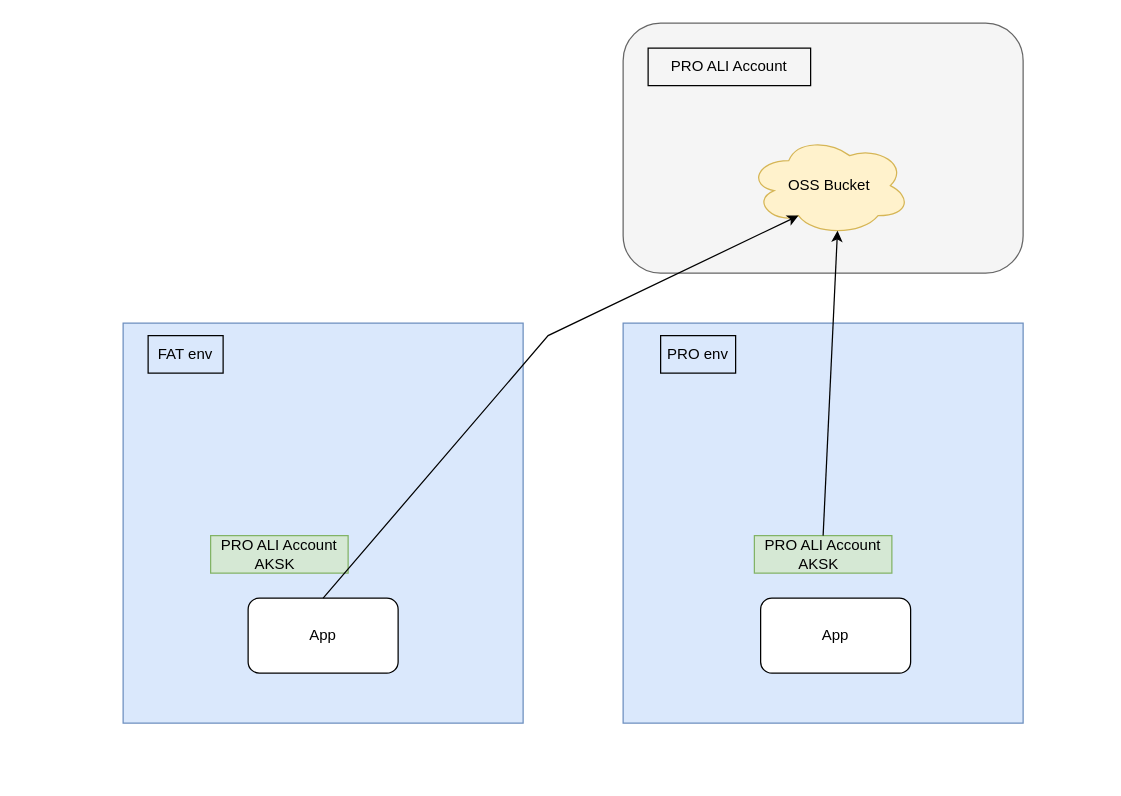
Above: oss-aksk.drawio in YanshanSong/draw.io (draw.io), before the change. Source tidied: cells renumbered, new cells numbered last; positions are measured from the earlier drawing's top-left corner, leaving out a move shared by most shapes. Both pictures are drawn from the tidied source at 125%, with x=0, y=0 at pixel (122, 22).
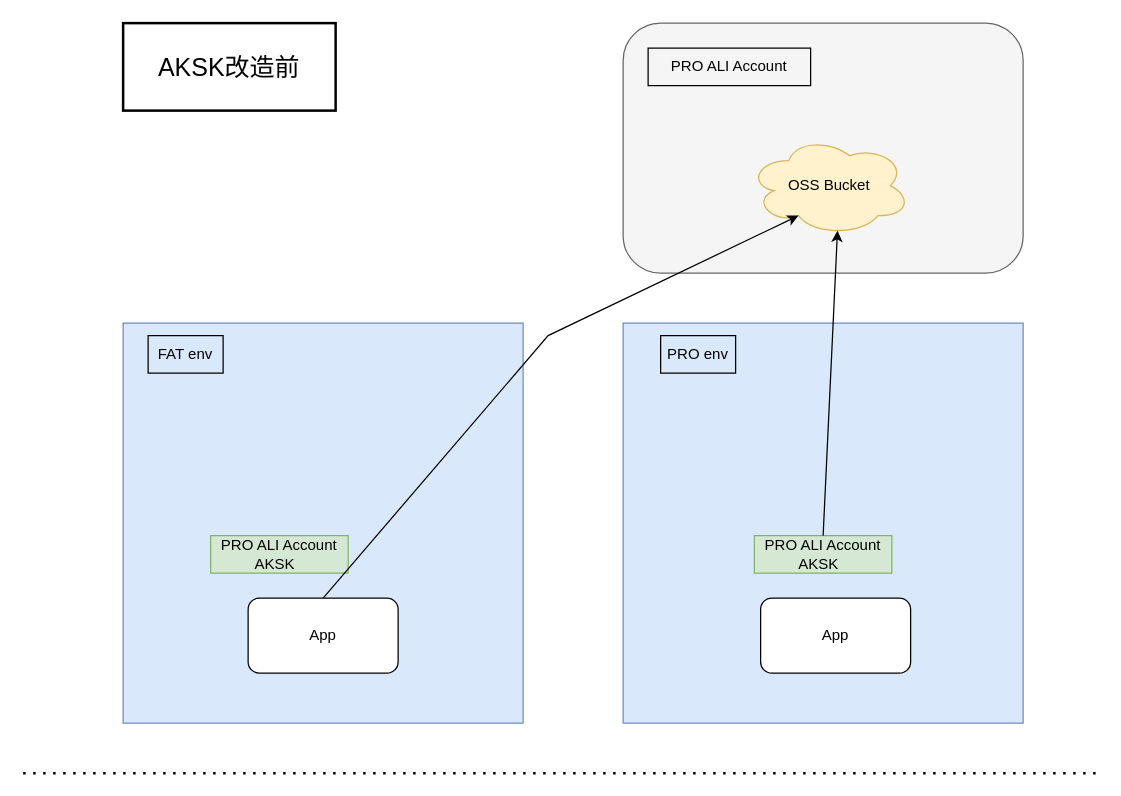
The same page after the edit.

Change to the diagram source:
```diff
@@
 <mxGraphModel>
   <root>
     <mxCell id="0" />
     <mxCell id="1" parent="0" />
     <mxCell id="2" style="rounded=0;whiteSpace=wrap;html=1;fillColor=#dae8fc;strokeColor=#6c8ebf;" parent="1" vertex="1">
       <mxGeometry y="240" width="320" height="320" as="geometry" />
     </mxCell>
     <mxCell id="3" style="rounded=0;whiteSpace=wrap;html=1;fillColor=#dae8fc;strokeColor=#6c8ebf;" parent="1" vertex="1">
       <mxGeometry x="400" y="240" width="320" height="320" as="geometry" />
     </mxCell>
     <mxCell id="4" value="App" style="rounded=1;whiteSpace=wrap;html=1;" parent="1" vertex="1">
       <mxGeometry x="100" y="460" width="120" height="60" as="geometry" />
     </mxCell>
     <mxCell id="5" value="FAT env" style="text;html=1;align=center;verticalAlign=middle;whiteSpace=wrap;rounded=0;strokeColor=default;" parent="1" vertex="1">
       <mxGeometry x="20" y="250" width="60" height="30" as="geometry" />
     </mxCell>
     <mxCell id="6" value="App" style="rounded=1;whiteSpace=wrap;html=1;" parent="1" vertex="1">
       <mxGeometry x="510" y="460" width="120" height="60" as="geometry" />
     </mxCell>
     <mxCell id="7" value="PRO env" style="text;html=1;align=center;verticalAlign=middle;whiteSpace=wrap;rounded=0;strokeColor=default;" parent="1" vertex="1">
       <mxGeometry x="430" y="250" width="60" height="30" as="geometry" />
     </mxCell>
     <mxCell id="8" style="rounded=1;whiteSpace=wrap;html=1;fillColor=#f5f5f5;strokeColor=#666666;fontColor=#333333;" parent="1" vertex="1">
       <mxGeometry x="400" width="320" height="200" as="geometry" />
     </mxCell>
     <mxCell id="9" value="PRO ALI Account" style="text;html=1;align=center;verticalAlign=middle;whiteSpace=wrap;rounded=0;strokeColor=default;" parent="1" vertex="1">
       <mxGeometry x="420" y="20" width="130" height="30" as="geometry" />
     </mxCell>
     <mxCell id="10" value="OSS Bucket" style="ellipse;shape=cloud;whiteSpace=wrap;html=1;fillColor=#fff2cc;strokeColor=#d6b656;" parent="1" vertex="1">
       <mxGeometry x="500" y="90" width="130" height="80" as="geometry" />
     </mxCell>
     <mxCell id="11" value="PRO ALI Account&lt;div&gt;AKSK&amp;nbsp;&amp;nbsp;&lt;/div&gt;" style="text;html=1;align=center;verticalAlign=middle;whiteSpace=wrap;rounded=0;fillColor=#d5e8d4;strokeColor=#82b366;" parent="1" vertex="1">
       <mxGeometry x="70" y="410" width="110" height="30" as="geometry" />
     </mxCell>
     <mxCell id="12" value="PRO ALI Account&lt;div&gt;AKSK&amp;nbsp;&amp;nbsp;&lt;/div&gt;" style="text;html=1;align=center;verticalAlign=middle;whiteSpace=wrap;rounded=0;fillColor=#d5e8d4;strokeColor=#82b366;" parent="1" vertex="1">
       <mxGeometry x="505" y="410" width="110" height="30" as="geometry" />
     </mxCell>
     <mxCell id="13" style="endArrow=classic;html=1;rounded=0;exitX=0.5;exitY=0;exitDx=0;exitDy=0;entryX=0.31;entryY=0.8;entryDx=0;entryDy=0;entryPerimeter=0;" parent="1" edge="1" source="4" target="10">
       <mxGeometry relative="1" as="geometry">
         <Array as="points">
           <mxPoint x="340" y="250" />
         </Array>
       </mxGeometry>
     </mxCell>
     <mxCell id="14" style="endArrow=classic;html=1;rounded=0;exitX=0.5;exitY=0;exitDx=0;exitDy=0;entryX=0.55;entryY=0.95;entryDx=0;entryDy=0;entryPerimeter=0;" parent="1" edge="1" source="12" target="10">
       <mxGeometry relative="1" as="geometry" />
     </mxCell>
+    <mxCell id="15" value="&lt;span style=&quot;font-size: 20px;&quot;&gt;AKSK改造前&lt;/span&gt;" style="text;html=1;align=center;verticalAlign=middle;whiteSpace=wrap;rounded=0;fillColor=none;strokeColor=default;strokeWidth=2;" parent="1" vertex="1">
+      <mxGeometry width="170" height="70" as="geometry" />
+    </mxCell>
+    <mxCell id="16" style="endArrow=none;dashed=1;html=1;dashPattern=1 3;strokeWidth=2;rounded=0;" parent="1" edge="1">
+      <mxGeometry relative="1" as="geometry">
+        <mxPoint x="-80" y="600" as="sourcePoint" />
+        <mxPoint x="780" y="600" as="targetPoint" />
+      </mxGeometry>
+    </mxCell>
   </root>
 </mxGraphModel>
```
